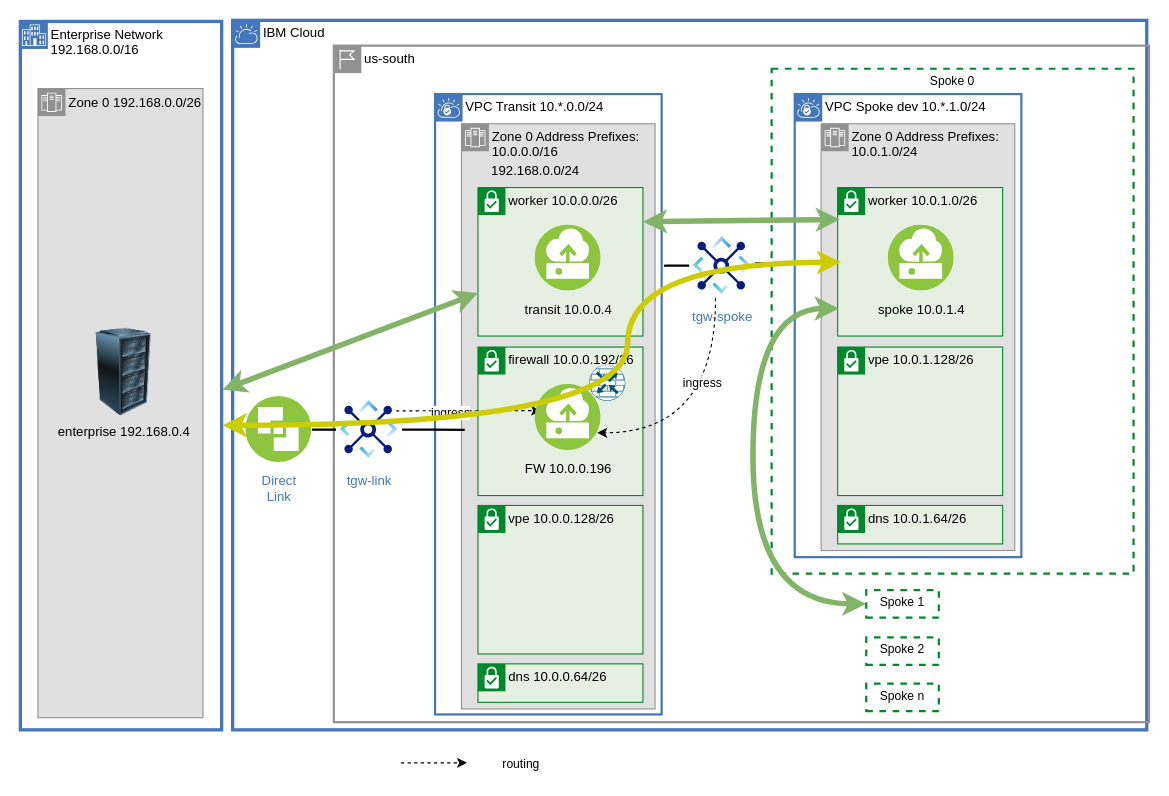
Before: page "vpc-layout" (4 of 14) of diagrams/vpc-transit.drawio in ibm-cloud-docs/solution-tutorials, a draw.io diagram. Source tidied: cells renumbered, new cells numbered last; positions are measured from the earlier drawing's top-left corner, leaving out a move shared by most shapes. Both pictures are drawn from the tidied source at 110%, with x=0, y=0 at pixel (20, 20).
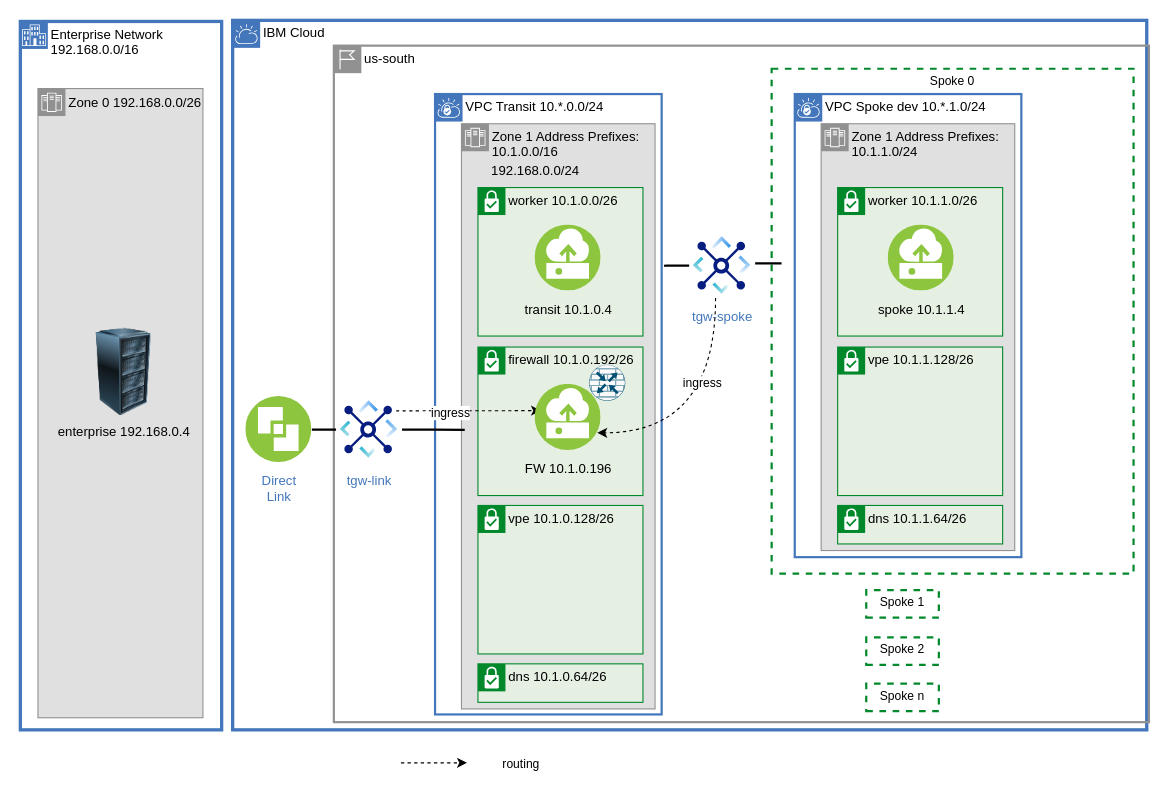
After the change.

Unchanged cells that the change refers to:
```xml
<mxCell id="12" value="Enterprise Network 192.168.0.0/16" style="shape=mxgraph.ibm.box;prType=enterprise;fontStyle=0;verticalAlign=top;align=left;spacingLeft=32;spacingTop=4;fillColor=none;rounded=0;whiteSpace=wrap;html=1;strokeColor=#4376BB;strokeWidth=3;dashed=0;spacing=-4;" parent="1" vertex="1">
  <mxGeometry y="1" width="183" height="644" as="geometry" />
</mxCell>
<mxCell id="17" value="Spoke 1" style="fontStyle=0;verticalAlign=top;align=center;spacingTop=-2;fillColor=none;rounded=0;whiteSpace=wrap;html=1;strokeColor=#00882B;strokeWidth=2;dashed=1;shadow=0;labelBackgroundColor=none;fontFamily=Helvetica;fontSize=11;fontColor=default;flipV=1;" parent="1" vertex="1">
  <mxGeometry x="769" y="518" width="66" height="25" as="geometry" />
</mxCell>
```

The edit, as a diff of the source:
```diff
@@
-    <mxCell id="6" value="Zone 0 Address Prefixes:&amp;nbsp; 10.0.1.0/24" style="shape=mxgraph.ibm.box;prType=zone;fontStyle=0;verticalAlign=top;align=left;spacingLeft=32;spacingTop=4;fillColor=#E0E0E0;rounded=0;whiteSpace=wrap;html=1;strokeColor=#919191;strokeWidth=1;dashed=0;spacing=-4;" parent="1" vertex="1">
+    <mxCell id="6" value="Zone 1 Address Prefixes:&amp;nbsp; 10.1.1.0/24" style="shape=mxgraph.ibm.box;prType=zone;fontStyle=0;verticalAlign=top;align=left;spacingLeft=32;spacingTop=4;fillColor=#E0E0E0;rounded=0;whiteSpace=wrap;html=1;strokeColor=#919191;strokeWidth=1;dashed=0;spacing=-4;" parent="1" vertex="1">
       <mxGeometry x="728" y="94" width="176" height="388" as="geometry" />
     </mxCell>
-    <mxCell id="7" value="vpe&amp;nbsp;10.0.1.128/26" style="shape=mxgraph.ibm.box;prType=subnet;fontStyle=0;verticalAlign=top;align=left;spacingLeft=32;spacingTop=4;fillColor=#E6F0E2;rounded=0;whiteSpace=wrap;html=1;strokeColor=#00882B;strokeWidth=1;dashed=0;spacing=-4;" parent="1" vertex="1">
+    <mxCell id="7" value="vpe&amp;nbsp;10.1.1.128/26" style="shape=mxgraph.ibm.box;prType=subnet;fontStyle=0;verticalAlign=top;align=left;spacingLeft=32;spacingTop=4;fillColor=#E6F0E2;rounded=0;whiteSpace=wrap;html=1;strokeColor=#00882B;strokeWidth=1;dashed=0;spacing=-4;" parent="1" vertex="1">
       <mxGeometry x="743" y="297" width="150" height="135" as="geometry" />
     </mxCell>
@@
-    <mxCell id="9" value="Zone 0 Address Prefixes:&amp;nbsp; 10.0.0.0/16" style="shape=mxgraph.ibm.box;prType=zone;fontStyle=0;verticalAlign=top;align=left;spacingLeft=32;spacingTop=4;fillColor=#E0E0E0;rounded=0;whiteSpace=wrap;html=1;strokeColor=#919191;strokeWidth=1;dashed=0;spacing=-4;" parent="1" vertex="1">
+    <mxCell id="9" value="Zone 1 Address Prefixes:&amp;nbsp; 10.1.0.0/16" style="shape=mxgraph.ibm.box;prType=zone;fontStyle=0;verticalAlign=top;align=left;spacingLeft=32;spacingTop=4;fillColor=#E0E0E0;rounded=0;whiteSpace=wrap;html=1;strokeColor=#919191;strokeWidth=1;dashed=0;spacing=-4;" parent="1" vertex="1">
       <mxGeometry x="401" y="94" width="176" height="532" as="geometry" />
     </mxCell>
-    <mxCell id="10" value="vpe&amp;nbsp;10.0.0.128/26" style="shape=mxgraph.ibm.box;prType=subnet;fontStyle=0;verticalAlign=top;align=left;spacingLeft=32;spacingTop=4;fillColor=#E6F0E2;rounded=0;whiteSpace=wrap;html=1;strokeColor=#00882B;strokeWidth=1;dashed=0;spacing=-4;flipV=0;" parent="1" vertex="1">
+    <mxCell id="10" value="vpe&amp;nbsp;10.1.0.128/26" style="shape=mxgraph.ibm.box;prType=subnet;fontStyle=0;verticalAlign=top;align=left;spacingLeft=32;spacingTop=4;fillColor=#E6F0E2;rounded=0;whiteSpace=wrap;html=1;strokeColor=#00882B;strokeWidth=1;dashed=0;spacing=-4;flipV=0;" parent="1" vertex="1">
       <mxGeometry x="416" y="441" width="150" height="135" as="geometry" />
     </mxCell>
-    <mxCell id="11" value="firewall&amp;nbsp;10.0.0.192/26" style="shape=mxgraph.ibm.box;prType=subnet;fontStyle=0;verticalAlign=top;align=left;spacingLeft=32;spacingTop=4;fillColor=#E6F0E2;rounded=0;whiteSpace=wrap;html=1;strokeColor=#00882B;strokeWidth=1;dashed=0;spacing=-4;flipV=0;" parent="1" vertex="1">
+    <mxCell id="11" value="firewall&amp;nbsp;10.1.0.192/26" style="shape=mxgraph.ibm.box;prType=subnet;fontStyle=0;verticalAlign=top;align=left;spacingLeft=32;spacingTop=4;fillColor=#E6F0E2;rounded=0;whiteSpace=wrap;html=1;strokeColor=#00882B;strokeWidth=1;dashed=0;spacing=-4;flipV=0;" parent="1" vertex="1">
       <mxGeometry x="416" y="297" width="150" height="135" as="geometry" />
     </mxCell>
@@
-    <mxCell id="14" value="worker 10.0.1.0/26" style="shape=mxgraph.ibm.box;prType=subnet;fontStyle=0;verticalAlign=top;align=left;spacingLeft=32;spacingTop=4;fillColor=#E6F0E2;rounded=0;whiteSpace=wrap;html=1;strokeColor=#00882B;strokeWidth=1;dashed=0;spacing=-4;" parent="1" vertex="1">
+    <mxCell id="14" value="worker 10.1.1.0/26" style="shape=mxgraph.ibm.box;prType=subnet;fontStyle=0;verticalAlign=top;align=left;spacingLeft=32;spacingTop=4;fillColor=#E6F0E2;rounded=0;whiteSpace=wrap;html=1;strokeColor=#00882B;strokeWidth=1;dashed=0;spacing=-4;" parent="1" vertex="1">
       <mxGeometry x="743" y="152" width="150" height="135" as="geometry" />
     </mxCell>
-    <mxCell id="15" value="worker 10.0.0.0/26" style="shape=mxgraph.ibm.box;prType=subnet;fontStyle=0;verticalAlign=top;align=left;spacingLeft=32;spacingTop=4;fillColor=#E6F0E2;rounded=0;whiteSpace=wrap;html=1;strokeColor=#00882B;strokeWidth=1;dashed=0;spacing=-4;flipV=0;" parent="1" vertex="1">
+    <mxCell id="15" value="worker 10.1.0.0/26" style="shape=mxgraph.ibm.box;prType=subnet;fontStyle=0;verticalAlign=top;align=left;spacingLeft=32;spacingTop=4;fillColor=#E6F0E2;rounded=0;whiteSpace=wrap;html=1;strokeColor=#00882B;strokeWidth=1;dashed=0;spacing=-4;flipV=0;" parent="1" vertex="1">
       <mxGeometry x="416" y="152" width="150" height="135" as="geometry" />
     </mxCell>
@@
-    <mxCell id="20" value="dns 10.0.0.64/26" style="shape=mxgraph.ibm.box;prType=subnet;fontStyle=0;verticalAlign=top;align=left;spacingLeft=32;spacingTop=4;fillColor=#E6F0E2;rounded=0;whiteSpace=wrap;html=1;strokeColor=#00882B;strokeWidth=1;dashed=0;spacing=-4;flipV=0;" parent="1" vertex="1">
+    <mxCell id="20" value="dns 10.1.0.64/26" style="shape=mxgraph.ibm.box;prType=subnet;fontStyle=0;verticalAlign=top;align=left;spacingLeft=32;spacingTop=4;fillColor=#E6F0E2;rounded=0;whiteSpace=wrap;html=1;strokeColor=#00882B;strokeWidth=1;dashed=0;spacing=-4;flipV=0;" parent="1" vertex="1">
       <mxGeometry x="416" y="585" width="150" height="35" as="geometry" />
     </mxCell>
-    <mxCell id="21" value="dns 10.0.1.64/26" style="shape=mxgraph.ibm.box;prType=subnet;fontStyle=0;verticalAlign=top;align=left;spacingLeft=32;spacingTop=4;fillColor=#E6F0E2;rounded=0;whiteSpace=wrap;html=1;strokeColor=#00882B;strokeWidth=1;dashed=0;spacing=-4;flipV=0;" parent="1" vertex="1">
+    <mxCell id="21" value="dns 10.1.1.64/26" style="shape=mxgraph.ibm.box;prType=subnet;fontStyle=0;verticalAlign=top;align=left;spacingLeft=32;spacingTop=4;fillColor=#E6F0E2;rounded=0;whiteSpace=wrap;html=1;strokeColor=#00882B;strokeWidth=1;dashed=0;spacing=-4;flipV=0;" parent="1" vertex="1">
       <mxGeometry x="743" y="441" width="150" height="35" as="geometry" />
     </mxCell>
@@
-    <mxCell id="24" value="spoke 10.0.1.4" style="perimeter=ellipsePerimeter;html=1;align=center;shadow=0;dashed=0;fontColor=black;fontSize=12;spacingTop=3;image;image=img/lib/ibm/vpc/Instance.svg;overflow=visible;noLabel=0;labelBackgroundColor=none;" parent="23" vertex="1">
+    <mxCell id="24" value="spoke 10.1.1.4" style="perimeter=ellipsePerimeter;html=1;align=center;shadow=0;dashed=0;fontColor=black;fontSize=12;spacingTop=3;image;image=img/lib/ibm/vpc/Instance.svg;overflow=visible;noLabel=0;labelBackgroundColor=none;" parent="23" vertex="1">
       <mxGeometry x="789" y="186" width="60" height="60" as="geometry" />
     </mxCell>
-    <mxCell id="25" value="transit 10.0.0.4" style="perimeter=ellipsePerimeter;html=1;align=center;shadow=0;dashed=0;fontColor=black;fontSize=12;spacingTop=3;image;image=img/lib/ibm/vpc/Instance.svg;labelBackgroundColor=none;" parent="23" vertex="1">
+    <mxCell id="25" value="transit 10.1.0.4" style="perimeter=ellipsePerimeter;html=1;align=center;shadow=0;dashed=0;fontColor=black;fontSize=12;spacingTop=3;image;image=img/lib/ibm/vpc/Instance.svg;labelBackgroundColor=none;" parent="23" vertex="1">
       <mxGeometry x="468" y="186" width="60" height="60" as="geometry" />
     </mxCell>
@@
-    <mxCell id="41" value="FW 10.0.0.196" style="perimeter=ellipsePerimeter;html=1;align=center;shadow=0;dashed=0;fontColor=black;fontSize=12;spacingTop=3;image;image=img/lib/ibm/vpc/Instance.svg;overflow=visible;noLabel=0;labelBackgroundColor=none;" parent="36" vertex="1">
+    <mxCell id="41" value="FW 10.1.0.196" style="perimeter=ellipsePerimeter;html=1;align=center;shadow=0;dashed=0;fontColor=black;fontSize=12;spacingTop=3;image;image=img/lib/ibm/vpc/Instance.svg;overflow=visible;noLabel=0;labelBackgroundColor=none;" parent="36" vertex="1">
       <mxGeometry x="468" y="331" width="60" height="60" as="geometry" />
     </mxCell>
@@
-    <mxCell id="48" parent="0" />
-    <mxCell id="49" style="edgeStyle=orthogonalEdgeStyle;rounded=0;jettySize=auto;html=1;fillColor=#cce5ff;strokeColor=#CCCC00;strokeWidth=5;curved=1;exitX=1.005;exitY=0.57;exitDx=0;exitDy=0;exitPerimeter=0;startArrow=classic;startFill=1;" parent="48" edge="1" source="12">
-      <mxGeometry relative="1" as="geometry">
-        <mxPoint x="746" y="220" as="targetPoint" />
-        <Array as="points">
-          <mxPoint x="552" y="368" />
-          <mxPoint x="552" y="220" />
-        </Array>
-      </mxGeometry>
-    </mxCell>
-    <mxCell id="50" style="shape=connector;rounded=0;jettySize=auto;html=1;labelBackgroundColor=default;strokeColor=#82b366;strokeWidth=5;fontFamily=Helvetica;fontSize=11;fontColor=default;startArrow=classic;startFill=1;endArrow=classic;fillColor=#d5e8d4;exitX=1.005;exitY=0.52;exitDx=0;exitDy=0;exitPerimeter=0;" parent="48" edge="1" source="12" target="15">
-      <mxGeometry relative="1" as="geometry" />
-    </mxCell>
-    <mxCell id="51" style="shape=connector;rounded=0;jettySize=auto;html=1;entryX=0.013;entryY=0.215;entryDx=0;entryDy=0;entryPerimeter=0;labelBackgroundColor=default;strokeColor=#82b366;strokeWidth=5;fontFamily=Helvetica;fontSize=11;fontColor=default;startArrow=classic;startFill=1;endArrow=classic;fillColor=#d5e8d4;exitX=1;exitY=0.23;exitDx=0;exitDy=0;exitPerimeter=0;" parent="48" edge="1" source="15" target="14">
-      <mxGeometry relative="1" as="geometry" />
-    </mxCell>
-    <mxCell id="52" style="edgeStyle=orthogonalEdgeStyle;shape=connector;curved=1;rounded=0;jettySize=auto;html=1;entryX=0;entryY=0.5;entryDx=0;entryDy=0;labelBackgroundColor=default;strokeColor=#82b366;strokeWidth=5;fontFamily=Helvetica;fontSize=11;fontColor=default;startArrow=classic;startFill=1;endArrow=classic;fillColor=#d5e8d4;exitX=0.007;exitY=0.815;exitDx=0;exitDy=0;exitPerimeter=0;" parent="48" edge="1" source="14" target="17">
-      <mxGeometry relative="1" as="geometry">
-        <Array as="points">
-          <mxPoint x="666" y="262" />
-          <mxPoint x="666" y="531" />
-        </Array>
-      </mxGeometry>
-    </mxCell>
```
